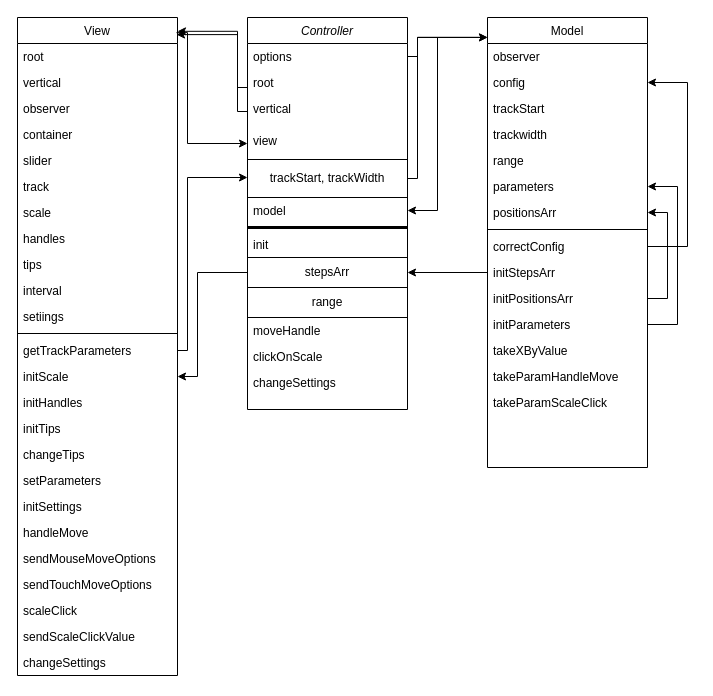
galiaMuslimova/Slider keeps this draw.io diagram as Untitled Diagram.drawio. Above is the earlier version. Source tidied: cells renumbered, new cells numbered last; positions are measured from the earlier drawing's top-left corner, leaving out a move shared by most shapes. Both pictures are drawn from the tidied source at 100%, with x=0, y=0 at pixel (17, 17).
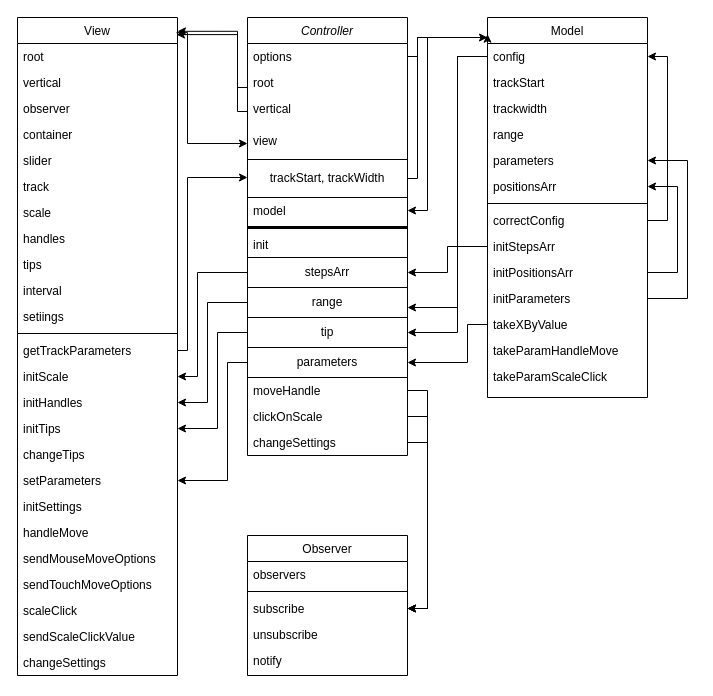
After the change.

Unchanged cells that the change refers to:
```xml
<mxCell id="17" value="initHandles" style="text;align=left;verticalAlign=top;spacingLeft=4;spacingRight=4;overflow=hidden;points=[[0,0.5],[1,0.5]];portConstraint=eastwest;" parent="2" vertex="1">
  <mxGeometry y="372" width="160" height="26" as="geometry" />
</mxCell>
<mxCell id="18" value="initTips" style="text;align=left;verticalAlign=top;spacingLeft=4;spacingRight=4;overflow=hidden;points=[[0,0.5],[1,0.5]];portConstraint=eastwest;" parent="2" vertex="1">
  <mxGeometry y="398" width="160" height="26" as="geometry" />
</mxCell>
<mxCell id="20" value="setParameters" style="text;align=left;verticalAlign=top;spacingLeft=4;spacingRight=4;overflow=hidden;points=[[0,0.5],[1,0.5]];portConstraint=eastwest;" parent="2" vertex="1">
  <mxGeometry y="450" width="160" height="26" as="geometry" />
</mxCell>
<mxCell id="54" value="model" style="text;align=left;verticalAlign=top;spacingLeft=4;spacingRight=4;overflow=hidden;points=[[0,0.5],[1,0.5]];portConstraint=eastwest;" parent="48" vertex="1">
  <mxGeometry y="180" width="160" height="26" as="geometry" />
</mxCell>
<mxCell id="58" value="range" style="rounded=0;whiteSpace=wrap;html=1;" parent="48" vertex="1">
  <mxGeometry y="270" width="160" height="30" as="geometry" />
</mxCell>
```

Change to the diagram source:
```diff
@@
     <mxCell id="28" style="edgeStyle=orthogonalEdgeStyle;rounded=0;jettySize=auto;html=1;entryX=1;entryY=0.5;entryDx=0;entryDy=0;" parent="1" edge="1" target="54">
       <mxGeometry relative="1" as="geometry">
         <mxPoint x="460" y="20" as="sourcePoint" />
         <Array as="points">
-          <mxPoint x="420" y="20" />
-          <mxPoint x="420" y="193" />
+          <mxPoint x="410" y="20" />
+          <mxPoint x="410" y="193" />
         </Array>
       </mxGeometry>
     </mxCell>
     <mxCell id="29" value="Model" style="swimlane;fontStyle=0;align=center;verticalAlign=top;horizontal=1;startSize=26;rounded=0;shadow=0;strokeWidth=1;" parent="1" vertex="1">
-      <mxGeometry x="470" width="160" height="450" as="geometry" />
+      <mxGeometry x="470" width="160" height="380" as="geometry" />
     </mxCell>
-    <mxCell id="30" value="observer" style="text;align=left;verticalAlign=top;spacingLeft=4;spacingRight=4;overflow=hidden;" parent="29" vertex="1">
-      <mxGeometry y="26" width="160" height="26" as="geometry" />
-    </mxCell>
     <mxCell id="31" value="config" style="text;align=left;verticalAlign=top;spacingLeft=4;spacingRight=4;overflow=hidden;points=[[0,0.5],[1,0.5]];portConstraint=eastwest;rounded=0;shadow=0;html=0;" parent="29" vertex="1">
-      <mxGeometry y="52" width="160" height="26" as="geometry" />
+      <mxGeometry y="26" width="160" height="26" as="geometry" />
     </mxCell>
     <mxCell id="32" value="trackStart" style="text;align=left;verticalAlign=top;spacingLeft=4;spacingRight=4;overflow=hidden;rounded=0;shadow=0;html=0;" parent="29" vertex="1">
-      <mxGeometry y="78" width="160" height="26" as="geometry" />
+      <mxGeometry y="52" width="160" height="26" as="geometry" />
     </mxCell>
     <mxCell id="33" value="trackwidth" style="text;align=left;verticalAlign=top;spacingLeft=4;spacingRight=4;overflow=hidden;rounded=0;shadow=0;html=0;" parent="29" vertex="1">
-      <mxGeometry y="104" width="160" height="26" as="geometry" />
+      <mxGeometry y="78" width="160" height="26" as="geometry" />
     </mxCell>
     <mxCell id="34" value="range" style="text;align=left;verticalAlign=top;spacingLeft=4;spacingRight=4;overflow=hidden;rounded=0;shadow=0;html=0;" parent="29" vertex="1">
-      <mxGeometry y="130" width="160" height="26" as="geometry" />
+      <mxGeometry y="104" width="160" height="26" as="geometry" />
     </mxCell>
     <mxCell id="35" value="parameters" style="text;align=left;verticalAlign=top;spacingLeft=4;spacingRight=4;overflow=hidden;points=[[0,0.5],[1,0.5]];portConstraint=eastwest;" parent="29" vertex="1">
-      <mxGeometry y="156" width="160" height="26" as="geometry" />
+      <mxGeometry y="130" width="160" height="26" as="geometry" />
     </mxCell>
     <mxCell id="36" value="positionsArr" style="text;align=left;verticalAlign=top;spacingLeft=4;spacingRight=4;overflow=hidden;points=[[0,0.5],[1,0.5]];portConstraint=eastwest;" parent="29" vertex="1">
-      <mxGeometry y="182" width="160" height="26" as="geometry" />
+      <mxGeometry y="156" width="160" height="26" as="geometry" />
     </mxCell>
     <mxCell id="37" style="line;html=1;strokeWidth=1;align=left;verticalAlign=middle;spacingTop=-1;spacingLeft=3;spacingRight=3;labelPosition=right;" parent="29" vertex="1">
-      <mxGeometry y="208" width="160" height="8" as="geometry" />
+      <mxGeometry y="182" width="160" height="8" as="geometry" />
     </mxCell>
+    <mxCell id="70" style="edgeStyle=orthogonalEdgeStyle;rounded=0;jettySize=auto;html=1;exitX=1;exitY=0.5;exitDx=0;exitDy=0;entryX=1;entryY=0.5;entryDx=0;entryDy=0;" parent="29" edge="1" source="38" target="31">
+      <mxGeometry relative="1" as="geometry" />
+    </mxCell>
     <mxCell id="38" value="correctConfig" style="text;align=left;verticalAlign=top;spacingLeft=4;spacingRight=4;overflow=hidden;points=[[0,0.5],[1,0.5]];portConstraint=eastwest;rounded=0;shadow=0;html=0;" parent="29" vertex="1">
-      <mxGeometry y="216" width="160" height="26" as="geometry" />
+      <mxGeometry y="190" width="160" height="26" as="geometry" />
     </mxCell>
     <mxCell id="39" value="initStepsArr" style="text;align=left;verticalAlign=top;spacingLeft=4;spacingRight=4;overflow=hidden;points=[[0,0.5],[1,0.5]];portConstraint=eastwest;rounded=0;shadow=0;html=0;" parent="29" vertex="1">
-      <mxGeometry y="242" width="160" height="26" as="geometry" />
+      <mxGeometry y="216" width="160" height="26" as="geometry" />
     </mxCell>
+    <mxCell id="45" style="edgeStyle=orthogonalEdgeStyle;rounded=0;jettySize=auto;html=1;exitX=1;exitY=0.5;exitDx=0;exitDy=0;entryX=1;entryY=0.5;entryDx=0;entryDy=0;" parent="29" edge="1" source="40" target="36">
+      <mxGeometry relative="1" as="geometry">
+        <Array as="points">
+          <mxPoint x="190" y="255" />
+          <mxPoint x="190" y="169" />
+        </Array>
+      </mxGeometry>
+    </mxCell>
     <mxCell id="40" value="initPositionsArr" style="text;align=left;verticalAlign=top;spacingLeft=4;spacingRight=4;overflow=hidden;points=[[0,0.5],[1,0.5]];portConstraint=eastwest;rounded=0;shadow=0;html=0;" parent="29" vertex="1">
-      <mxGeometry y="268" width="160" height="26" as="geometry" />
+      <mxGeometry y="242" width="160" height="26" as="geometry" />
     </mxCell>
+    <mxCell id="71" style="edgeStyle=orthogonalEdgeStyle;rounded=0;jettySize=auto;html=1;exitX=1;exitY=0.5;exitDx=0;exitDy=0;" parent="29" edge="1" source="41" target="35">
+      <mxGeometry relative="1" as="geometry">
+        <Array as="points">
+          <mxPoint x="200" y="281" />
+          <mxPoint x="200" y="143" />
+        </Array>
+      </mxGeometry>
+    </mxCell>
     <mxCell id="41" value="initParameters" style="text;align=left;verticalAlign=top;spacingLeft=4;spacingRight=4;overflow=hidden;points=[[0,0.5],[1,0.5]];portConstraint=eastwest;rounded=0;shadow=0;html=0;" parent="29" vertex="1">
-      <mxGeometry y="294" width="160" height="26" as="geometry" />
+      <mxGeometry y="268" width="160" height="26" as="geometry" />
     </mxCell>
     <mxCell id="42" value="takeXByValue" style="text;align=left;verticalAlign=top;spacingLeft=4;spacingRight=4;overflow=hidden;rounded=0;shadow=0;html=0;" parent="29" vertex="1">
-      <mxGeometry y="320" width="160" height="26" as="geometry" />
+      <mxGeometry y="294" width="160" height="26" as="geometry" />
     </mxCell>
     <mxCell id="43" value="takeParamHandleMove" style="text;align=left;verticalAlign=top;spacingLeft=4;spacingRight=4;overflow=hidden;rounded=0;shadow=0;html=0;" parent="29" vertex="1">
-      <mxGeometry y="346" width="160" height="26" as="geometry" />
+      <mxGeometry y="320" width="160" height="26" as="geometry" />
     </mxCell>
     <mxCell id="44" value="takeParamScaleClick" style="text;align=left;verticalAlign=top;spacingLeft=4;spacingRight=4;overflow=hidden;rounded=0;shadow=0;html=0;" parent="29" vertex="1">
-      <mxGeometry y="372" width="160" height="26" as="geometry" />
+      <mxGeometry y="346" width="160" height="26" as="geometry" />
     </mxCell>
-    <mxCell id="45" style="edgeStyle=orthogonalEdgeStyle;rounded=0;jettySize=auto;html=1;" parent="29" edge="1" source="40" target="36">
-      <mxGeometry relative="1" as="geometry">
-        <Array as="points">
-          <mxPoint x="180" y="281" />
-          <mxPoint x="180" y="195" />
-        </Array>
-      </mxGeometry>
-    </mxCell>
-    <mxCell id="46" style="edgeStyle=orthogonalEdgeStyle;rounded=0;jettySize=auto;html=1;" parent="29" edge="1" source="41">
-      <mxGeometry relative="1" as="geometry">
-        <mxPoint x="160" y="169" as="targetPoint" />
-        <Array as="points">
-          <mxPoint x="190" y="307" />
-          <mxPoint x="190" y="169" />
-        </Array>
-      </mxGeometry>
-    </mxCell>
-    <mxCell id="47" style="edgeStyle=orthogonalEdgeStyle;rounded=0;jettySize=auto;html=1;" parent="29" edge="1" source="38">
-      <mxGeometry relative="1" as="geometry">
-        <mxPoint x="160" y="65" as="targetPoint" />
-        <Array as="points">
-          <mxPoint x="200" y="229" />
-          <mxPoint x="200" y="65" />
-        </Array>
-      </mxGeometry>
-    </mxCell>
     <mxCell id="48" value="Controller" style="swimlane;fontStyle=2;align=center;verticalAlign=top;horizontal=1;startSize=26;rounded=0;shadow=0;strokeWidth=1;" parent="1" vertex="1">
-      <mxGeometry x="230" width="160" height="392" as="geometry" />
+      <mxGeometry x="230" width="160" height="438" as="geometry" />
     </mxCell>
@@
+    <mxCell id="72" value="tip" style="rounded=0;whiteSpace=wrap;html=1;" parent="48" vertex="1">
+      <mxGeometry y="300" width="160" height="30" as="geometry" />
+    </mxCell>
+    <mxCell id="73" value="parameters" style="rounded=0;whiteSpace=wrap;html=1;" parent="48" vertex="1">
+      <mxGeometry y="330" width="160" height="30" as="geometry" />
+    </mxCell>
     <mxCell id="59" value="moveHandle" style="text;align=left;verticalAlign=top;spacingLeft=4;spacingRight=4;overflow=hidden;points=[[0,0.5],[1,0.5]];portConstraint=eastwest;rounded=0;shadow=0;html=0;" parent="48" vertex="1">
-      <mxGeometry y="300" width="160" height="26" as="geometry" />
+      <mxGeometry y="360" width="160" height="26" as="geometry" />
     </mxCell>
     <mxCell id="60" value="clickOnScale" style="text;align=left;verticalAlign=top;spacingLeft=4;spacingRight=4;overflow=hidden;points=[[0,0.5],[1,0.5]];portConstraint=eastwest;" parent="48" vertex="1">
-      <mxGeometry y="326" width="160" height="26" as="geometry" />
+      <mxGeometry y="386" width="160" height="26" as="geometry" />
     </mxCell>
     <mxCell id="61" value="changeSettings" style="text;align=left;verticalAlign=top;spacingLeft=4;spacingRight=4;overflow=hidden;points=[[0,0.5],[1,0.5]];portConstraint=eastwest;" parent="48" vertex="1">
-      <mxGeometry y="352" width="160" height="26" as="geometry" />
+      <mxGeometry y="412" width="160" height="26" as="geometry" />
     </mxCell>
@@
+    <mxCell id="74" style="edgeStyle=orthogonalEdgeStyle;rounded=0;jettySize=auto;html=1;entryX=1;entryY=0.5;entryDx=0;entryDy=0;" parent="1" edge="1" source="58" target="17">
+      <mxGeometry relative="1" as="geometry">
+        <Array as="points">
+          <mxPoint x="190" y="285" />
+          <mxPoint x="190" y="385" />
+        </Array>
+      </mxGeometry>
+    </mxCell>
+    <mxCell id="75" style="edgeStyle=orthogonalEdgeStyle;rounded=0;jettySize=auto;html=1;exitX=0;exitY=0.5;exitDx=0;exitDy=0;" parent="1" edge="1" source="31">
+      <mxGeometry relative="1" as="geometry">
+        <mxPoint x="390" y="290" as="targetPoint" />
+        <Array as="points">
+          <mxPoint x="440" y="39" />
+          <mxPoint x="440" y="290" />
+        </Array>
+      </mxGeometry>
+    </mxCell>
+    <mxCell id="76" style="edgeStyle=orthogonalEdgeStyle;rounded=0;jettySize=auto;html=1;exitX=0;exitY=0.5;exitDx=0;exitDy=0;entryX=1;entryY=0.5;entryDx=0;entryDy=0;" parent="1" edge="1" source="31" target="72">
+      <mxGeometry relative="1" as="geometry">
+        <Array as="points">
+          <mxPoint x="440" y="39" />
+          <mxPoint x="440" y="315" />
+        </Array>
+      </mxGeometry>
+    </mxCell>
+    <mxCell id="77" style="edgeStyle=orthogonalEdgeStyle;rounded=0;jettySize=auto;html=1;exitX=0;exitY=0.5;exitDx=0;exitDy=0;entryX=1;entryY=0.5;entryDx=0;entryDy=0;" parent="1" edge="1" source="72" target="18">
+      <mxGeometry relative="1" as="geometry">
+        <Array as="points">
+          <mxPoint x="200" y="315" />
+          <mxPoint x="200" y="411" />
+        </Array>
+      </mxGeometry>
+    </mxCell>
+    <mxCell id="78" style="edgeStyle=orthogonalEdgeStyle;rounded=0;jettySize=auto;html=1;exitX=0;exitY=0.5;exitDx=0;exitDy=0;entryX=1;entryY=0.5;entryDx=0;entryDy=0;" parent="1" edge="1" source="41" target="73">
+      <mxGeometry relative="1" as="geometry">
+        <Array as="points">
+          <mxPoint x="470" y="307" />
+          <mxPoint x="450" y="307" />
+          <mxPoint x="450" y="345" />
+        </Array>
+      </mxGeometry>
+    </mxCell>
+    <mxCell id="79" style="edgeStyle=orthogonalEdgeStyle;rounded=0;jettySize=auto;html=1;exitX=0;exitY=0.5;exitDx=0;exitDy=0;entryX=1;entryY=0.5;entryDx=0;entryDy=0;" parent="1" edge="1" source="73" target="20">
+      <mxGeometry relative="1" as="geometry">
+        <Array as="points">
+          <mxPoint x="210" y="345" />
+          <mxPoint x="210" y="463" />
+        </Array>
+      </mxGeometry>
+    </mxCell>
+    <mxCell id="80" value="Observer" style="swimlane;fontStyle=0;align=center;verticalAlign=top;horizontal=1;startSize=26;rounded=0;shadow=0;strokeWidth=1;" parent="1" vertex="1">
+      <mxGeometry x="230" y="518" width="160" height="140" as="geometry" />
+    </mxCell>
+    <mxCell id="81" value="observers" style="text;align=left;verticalAlign=top;spacingLeft=4;spacingRight=4;overflow=hidden;" parent="80" vertex="1">
+      <mxGeometry y="26" width="160" height="26" as="geometry" />
+    </mxCell>
+    <mxCell id="82" style="line;html=1;strokeWidth=1;align=left;verticalAlign=middle;spacingTop=-1;spacingLeft=3;spacingRight=3;labelPosition=right;" parent="80" vertex="1">
+      <mxGeometry y="52" width="160" height="8" as="geometry" />
+    </mxCell>
+    <mxCell id="83" value="subscribe" style="text;align=left;verticalAlign=top;spacingLeft=4;spacingRight=4;overflow=hidden;points=[[0,0.5],[1,0.5]];portConstraint=eastwest;rounded=0;shadow=0;html=0;" parent="80" vertex="1">
+      <mxGeometry y="60" width="160" height="26" as="geometry" />
+    </mxCell>
+    <mxCell id="84" value="unsubscribe" style="text;align=left;verticalAlign=top;spacingLeft=4;spacingRight=4;overflow=hidden;rounded=0;shadow=0;html=0;" parent="80" vertex="1">
+      <mxGeometry y="86" width="160" height="26" as="geometry" />
+    </mxCell>
+    <mxCell id="85" value="notify" style="text;align=left;verticalAlign=top;spacingLeft=4;spacingRight=4;overflow=hidden;rounded=0;shadow=0;html=0;" parent="80" vertex="1">
+      <mxGeometry y="112" width="160" height="26" as="geometry" />
+    </mxCell>
+    <mxCell id="86" style="edgeStyle=orthogonalEdgeStyle;rounded=0;jettySize=auto;html=1;exitX=1;exitY=0.5;exitDx=0;exitDy=0;entryX=1;entryY=0.5;entryDx=0;entryDy=0;" parent="1" edge="1" source="59" target="83">
+      <mxGeometry relative="1" as="geometry" />
+    </mxCell>
+    <mxCell id="87" style="edgeStyle=orthogonalEdgeStyle;rounded=0;jettySize=auto;html=1;exitX=1;exitY=0.5;exitDx=0;exitDy=0;entryX=1;entryY=0.5;entryDx=0;entryDy=0;" parent="1" edge="1" source="60" target="83">
+      <mxGeometry relative="1" as="geometry" />
+    </mxCell>
+    <mxCell id="88" style="edgeStyle=orthogonalEdgeStyle;rounded=0;jettySize=auto;html=1;exitX=1;exitY=0.5;exitDx=0;exitDy=0;entryX=1;entryY=0.5;entryDx=0;entryDy=0;" parent="1" edge="1" source="61" target="83">
+      <mxGeometry relative="1" as="geometry" />
+    </mxCell>
```
